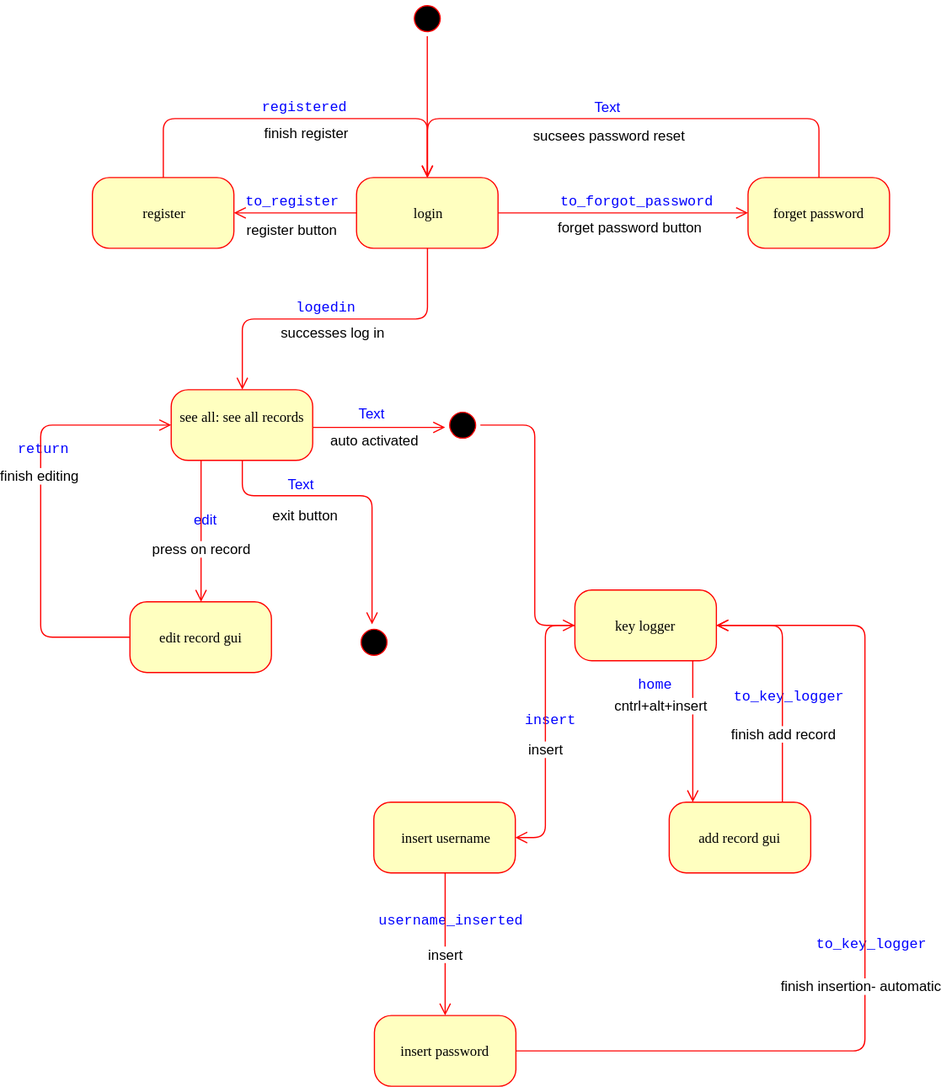
The draw.io diagram Documents/client state machine.svg in adibl/password_saver, before a commit. Source tidied: cells renumbered, new cells last; positions are measured from the earlier drawing's top-left corner, leaving out a move shared by most shapes.
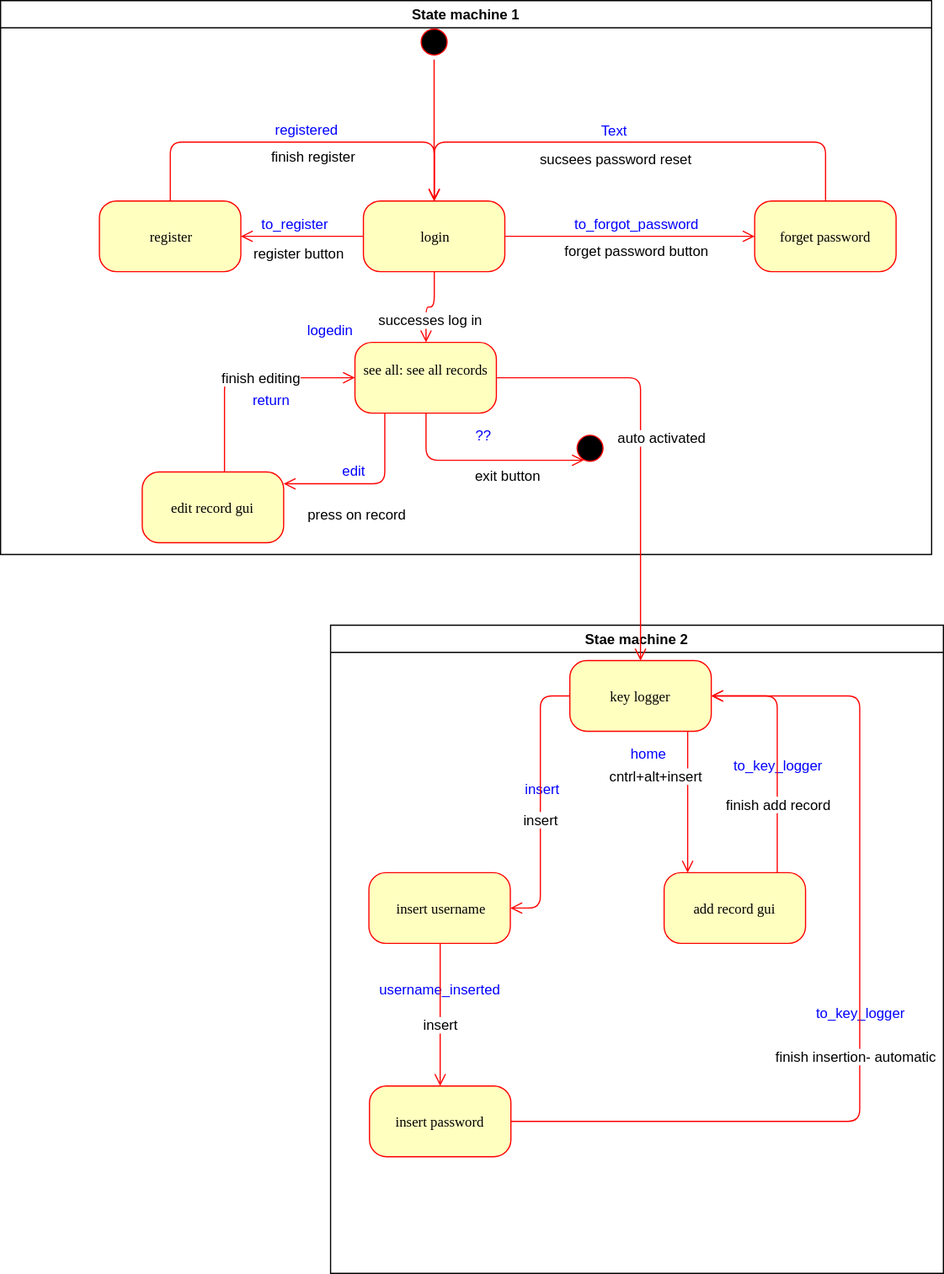
The same file after the commit.

Commit message:
client sm fix lables

Diff of the diagram source:
```diff
@@ -2,48 +2,51 @@
   <root>
     <mxCell id="0" />
     <mxCell id="1" value="transfers names" parent="0" />
-    <mxCell id="2" value="Text" style="text;html=1;strokeColor=none;fillColor=none;align=center;verticalAlign=middle;whiteSpace=wrap;rounded=0;fontColor=#0000FF;" parent="1" vertex="1">
-      <mxGeometry x="280" y="340" width="40" height="20" as="geometry" />
-    </mxCell>
-    <mxCell id="3" value="&lt;pre&gt;&lt;span&gt;return&lt;/span&gt;&lt;/pre&gt;" style="text;html=1;strokeColor=none;fillColor=none;align=center;verticalAlign=middle;whiteSpace=wrap;rounded=0;fontColor=#0000FF;" parent="1" vertex="1">
-      <mxGeometry y="370" width="40" height="20" as="geometry" />
-    </mxCell>
-    <mxCell id="4" value="Text" style="text;html=1;strokeColor=none;fillColor=none;align=center;verticalAlign=middle;whiteSpace=wrap;rounded=0;fontColor=#0000FF;" parent="1" vertex="1">
-      <mxGeometry x="220" y="400" width="40" height="20" as="geometry" />
+    <mxCell id="4" value="??" style="text;strokeColor=none;fillColor=none;align=center;verticalAlign=middle;rounded=0;fontColor=#0000FF;" parent="1" vertex="1">
+      <mxGeometry x="370" y="340" width="40" height="20" as="geometry" />
     </mxCell>
-    <mxCell id="5" value="&lt;pre&gt;&lt;span&gt;username_inserted&lt;/span&gt;&lt;/pre&gt;" style="text;html=1;strokeColor=none;fillColor=none;align=center;verticalAlign=middle;whiteSpace=wrap;rounded=0;fontColor=#0000FF;" parent="1" vertex="1">
-      <mxGeometry x="343" y="770" width="40" height="20" as="geometry" />
+    <mxCell id="5" value="username_inserted" style="text;strokeColor=none;fillColor=none;align=center;verticalAlign=middle;rounded=0;fontColor=#0000FF;" parent="1" vertex="1">
+      <mxGeometry x="333" y="810" width="40" height="20" as="geometry" />
     </mxCell>
-    <mxCell id="6" value="&lt;pre&gt;&lt;span&gt;to_key_logger&lt;/span&gt;&lt;/pre&gt;" style="text;html=1;strokeColor=none;fillColor=none;align=center;verticalAlign=middle;whiteSpace=wrap;rounded=0;fontColor=#0000FF;" parent="1" vertex="1">
-      <mxGeometry x="700" y="790" width="40" height="20" as="geometry" />
+    <mxCell id="6" value="to_key_logger" style="text;strokeColor=none;fillColor=none;align=center;verticalAlign=middle;rounded=0;fontColor=#0000FF;" parent="1" vertex="1">
+      <mxGeometry x="690" y="830" width="40" height="20" as="geometry" />
     </mxCell>
-    <mxCell id="7" value="&lt;pre&gt;&lt;span&gt;to_key_logger&lt;/span&gt;&lt;/pre&gt;" style="text;html=1;strokeColor=none;fillColor=none;align=center;verticalAlign=middle;whiteSpace=wrap;rounded=0;fontColor=#0000FF;" parent="1" vertex="1">
-      <mxGeometry x="630" y="580" width="40" height="20" as="geometry" />
+    <mxCell id="7" value="to_key_logger" style="text;strokeColor=none;fillColor=none;align=center;verticalAlign=middle;rounded=0;fontColor=#0000FF;" parent="1" vertex="1">
+      <mxGeometry x="620" y="620" width="40" height="20" as="geometry" />
     </mxCell>
-    <mxCell id="8" value="&lt;pre&gt;&lt;span&gt;home&lt;/span&gt;&lt;/pre&gt;" style="text;html=1;strokeColor=none;fillColor=none;align=center;verticalAlign=middle;whiteSpace=wrap;rounded=0;fontColor=#0000FF;" parent="1" vertex="1">
-      <mxGeometry x="520" y="570" width="40" height="20" as="geometry" />
+    <mxCell id="8" value="home" style="text;strokeColor=none;fillColor=none;align=center;verticalAlign=middle;rounded=0;fontColor=#0000FF;" parent="1" vertex="1">
+      <mxGeometry x="510" y="610" width="40" height="20" as="geometry" />
     </mxCell>
-    <mxCell id="9" value="&lt;pre&gt;&lt;span&gt;to_register&lt;/span&gt;&lt;/pre&gt;" style="text;html=1;strokeColor=none;fillColor=none;align=center;verticalAlign=middle;whiteSpace=wrap;rounded=0;fontColor=#0000FF;" parent="1" vertex="1">
+    <mxCell id="9" value="to_register" style="text;strokeColor=none;fillColor=none;align=center;verticalAlign=middle;rounded=0;fontColor=#0000FF;" parent="1" vertex="1">
       <mxGeometry x="210" y="160" width="40" height="20" as="geometry" />
     </mxCell>
-    <mxCell id="10" value="&lt;pre&gt;&lt;span&gt;registered&lt;/span&gt;&lt;/pre&gt;" style="text;html=1;strokeColor=none;fillColor=none;align=center;verticalAlign=middle;whiteSpace=wrap;rounded=0;fontColor=#0000FF;" parent="1" vertex="1">
+    <mxCell id="10" value="registered" style="text;strokeColor=none;fillColor=none;align=center;verticalAlign=middle;rounded=0;fontColor=#0000FF;" parent="1" vertex="1">
       <mxGeometry x="220" y="80" width="40" height="20" as="geometry" />
     </mxCell>
     <mxCell id="11" value="Text" style="text;html=1;strokeColor=none;fillColor=none;align=center;verticalAlign=middle;whiteSpace=wrap;rounded=0;fontColor=#0000FF;" parent="1" vertex="1">
       <mxGeometry x="480" y="80" width="40" height="20" as="geometry" />
     </mxCell>
-    <mxCell id="12" value="&lt;pre&gt;&lt;span&gt;to_forgot_password&lt;/span&gt;&lt;/pre&gt;" style="text;html=1;strokeColor=none;fillColor=none;align=center;verticalAlign=middle;whiteSpace=wrap;rounded=0;fontColor=#0000FF;" parent="1" vertex="1">
+    <mxCell id="12" value="to_forgot_password" style="text;strokeColor=none;fillColor=none;align=center;verticalAlign=middle;rounded=0;fontColor=#0000FF;" parent="1" vertex="1">
       <mxGeometry x="500" y="160" width="40" height="20" as="geometry" />
     </mxCell>
-    <mxCell id="13" value="&lt;pre&gt;&lt;span&gt;logedin&lt;/span&gt;&lt;/pre&gt;" style="text;html=1;strokeColor=none;fillColor=none;align=center;verticalAlign=middle;whiteSpace=wrap;rounded=0;fontColor=#0000FF;" parent="1" vertex="1">
+    <mxCell id="13" value="logedin" style="text;strokeColor=none;fillColor=none;align=center;verticalAlign=middle;rounded=0;fontColor=#0000FF;" parent="1" vertex="1">
       <mxGeometry x="240" y="250" width="40" height="20" as="geometry" />
     </mxCell>
-    <mxCell id="14" value="edit" style="text;html=1;strokeColor=none;fillColor=none;align=center;verticalAlign=middle;whiteSpace=wrap;rounded=0;fontColor=#0000FF;" parent="1" vertex="1">
-      <mxGeometry x="140" y="430" width="40" height="20" as="geometry" />
+    <mxCell id="14" value="edit" style="text;strokeColor=none;fillColor=none;align=center;verticalAlign=middle;rounded=0;fontColor=#0000FF;" parent="1" vertex="1">
+      <mxGeometry x="260" y="370" width="40" height="20" as="geometry" />
     </mxCell>
-    <mxCell id="15" value="&lt;pre&gt;&lt;span&gt;insert&lt;/span&gt;&lt;/pre&gt;" style="text;html=1;strokeColor=none;fillColor=none;align=center;verticalAlign=middle;whiteSpace=wrap;rounded=0;fontColor=#0000FF;" parent="1" vertex="1">
-      <mxGeometry x="430" y="600" width="40" height="20" as="geometry" />
+    <mxCell id="15" value="insert" style="text;strokeColor=none;fillColor=none;align=center;verticalAlign=middle;rounded=0;fontColor=#0000FF;" parent="1" vertex="1">
+      <mxGeometry x="420" y="640" width="40" height="20" as="geometry" />
     </mxCell>
+    <mxCell id="59" value="Stae machine 2" style="swimlane;html=0;" parent="1" vertex="1">
+      <mxGeometry x="260" y="510" width="520" height="550" as="geometry" />
+    </mxCell>
+    <mxCell id="60" value="State machine 1" style="swimlane;html=0;" parent="1" vertex="1">
+      <mxGeometry x="-20" y="-20" width="790" height="470" as="geometry" />
+    </mxCell>
+    <mxCell id="3" value="return" style="text;strokeColor=none;fillColor=none;align=center;verticalAlign=middle;rounded=0;fontColor=#0000FF;" parent="60" vertex="1">
+      <mxGeometry x="210" y="330" width="40" height="20" as="geometry" />
+    </mxCell>
     <mxCell id="16" parent="0" />
     <mxCell id="17" value="v" style="ellipse;html=1;shape=startState;fillColor=#000000;strokeColor=#ff0000;rounded=1;shadow=0;comic=0;labelBackgroundColor=none;fontFamily=Verdana;fontSize=12;fontColor=#000000;align=center;direction=south;" parent="16" vertex="1">
       <mxGeometry x="332.9" width="30" height="30" as="geometry" />
@@ -58,11 +61,8 @@
       <mxGeometry x="63.9" y="150" width="120" height="60" as="geometry" />
     </mxCell>
     <mxCell id="21" value="see all: see all records" style="rounded=1;whiteSpace=wrap;html=1;arcSize=24;fillColor=#ffffc0;strokeColor=#ff0000;shadow=0;comic=0;labelBackgroundColor=none;fontFamily=Verdana;fontSize=12;fontColor=#000000;align=center;" parent="16" vertex="1">
-      <mxGeometry x="130.7" y="330" width="120" height="60" as="geometry" />
+      <mxGeometry x="280.7" y="270" width="120" height="60" as="geometry" />
     </mxCell>
-    <mxCell id="22" value="edit record gui" style="rounded=1;whiteSpace=wrap;html=1;arcSize=24;fillColor=#ffffc0;strokeColor=#ff0000;shadow=0;comic=0;labelBackgroundColor=none;fontFamily=Verdana;fontSize=12;fontColor=#000000;align=center;" parent="16" vertex="1">
-      <mxGeometry x="95.7" y="510" width="120" height="60" as="geometry" />
-    </mxCell>
     <mxCell id="23" style="edgeStyle=orthogonalEdgeStyle;html=1;labelBackgroundColor=none;endArrow=open;endSize=8;strokeColor=#ff0000;fontFamily=Verdana;fontSize=12;align=left;" parent="16" edge="1" source="17" target="18">
       <mxGeometry relative="1" as="geometry" />
     </mxCell>
@@ -72,28 +72,6 @@
     <mxCell id="25" value="successes log in" style="text;html=1;align=center;verticalAlign=top;labelBackgroundColor=#ffffff;" parent="24" vertex="1">
       <mxGeometry x="0.02" y="-2" relative="1" as="geometry" />
     </mxCell>
-    <mxCell id="26" style="edgeStyle=elbowEdgeStyle;html=1;labelBackgroundColor=none;endArrow=open;endSize=8;strokeColor=#ff0000;fontFamily=Verdana;fontSize=12;align=left;" parent="16" edge="1" source="22" target="21">
-      <mxGeometry relative="1" as="geometry">
-        <Array as="points">
-          <mxPoint x="20" y="450" />
-        </Array>
-      </mxGeometry>
-    </mxCell>
-    <mxCell id="27" value="finish editing" style="text;html=1;align=center;verticalAlign=middle;labelBackgroundColor=#ffffff;labelPosition=center;verticalLabelPosition=middle;" parent="26" vertex="1">
-      <mxGeometry x="0.16" y="1" relative="1" as="geometry" />
-    </mxCell>
-    <mxCell id="28" style="edgeStyle=elbowEdgeStyle;html=1;labelBackgroundColor=none;endArrow=open;endSize=8;strokeColor=#ff0000;fontFamily=Verdana;fontSize=12;align=left;" parent="16" edge="1" source="21" target="22">
-      <mxGeometry relative="1" as="geometry">
-        <Array as="points">
-          <mxPoint x="156" y="450" />
-        </Array>
-      </mxGeometry>
-    </mxCell>
-    <mxCell id="29" value="press on record" style="text;html=1;align=center;verticalAlign=middle;labelBackgroundColor=#ffffff;" parent="28" vertex="1">
-      <mxGeometry y="11" relative="1" as="geometry">
-        <mxPoint x="-11" y="14" as="offset" />
-      </mxGeometry>
-    </mxCell>
     <mxCell id="30" style="edgeStyle=elbowEdgeStyle;html=1;labelBackgroundColor=none;endArrow=open;endSize=8;strokeColor=#ff0000;fontFamily=Verdana;fontSize=12;align=left;" parent="16" edge="1" source="32" target="36">
       <mxGeometry relative="1" as="geometry" />
     </mxCell>
@@ -103,10 +81,10 @@
       </mxGeometry>
     </mxCell>
     <mxCell id="32" value="key logger" style="rounded=1;whiteSpace=wrap;html=1;arcSize=24;fillColor=#ffffc0;strokeColor=#ff0000;shadow=0;comic=0;labelBackgroundColor=none;fontFamily=Verdana;fontSize=12;fontColor=#000000;align=center;" parent="16" vertex="1">
-      <mxGeometry x="473" y="500" width="120" height="60" as="geometry" />
+      <mxGeometry x="463" y="540" width="120" height="60" as="geometry" />
     </mxCell>
     <mxCell id="33" value="add record gui" style="rounded=1;whiteSpace=wrap;html=1;arcSize=24;fillColor=#ffffc0;strokeColor=#ff0000;shadow=0;comic=0;labelBackgroundColor=none;fontFamily=Verdana;fontSize=12;fontColor=#000000;align=center;" parent="16" vertex="1">
-      <mxGeometry x="553" y="680" width="120" height="60" as="geometry" />
+      <mxGeometry x="543" y="720" width="120" height="60" as="geometry" />
     </mxCell>
     <mxCell id="34" style="edgeStyle=elbowEdgeStyle;html=1;labelBackgroundColor=none;endArrow=open;endSize=8;strokeColor=#ff0000;fontFamily=Verdana;fontSize=12;align=left;" parent="16" edge="1" source="36" target="39">
       <mxGeometry relative="1" as="geometry" />
@@ -117,13 +95,13 @@
       </mxGeometry>
     </mxCell>
     <mxCell id="36" value="insert username" style="rounded=1;whiteSpace=wrap;html=1;arcSize=24;fillColor=#ffffc0;strokeColor=#ff0000;shadow=0;comic=0;labelBackgroundColor=none;fontFamily=Verdana;fontSize=12;fontColor=#000000;align=center;" parent="16" vertex="1">
-      <mxGeometry x="302.5" y="680" width="120" height="60" as="geometry" />
+      <mxGeometry x="292.5" y="720" width="120" height="60" as="geometry" />
     </mxCell>
     <mxCell id="37" style="edgeStyle=elbowEdgeStyle;html=1;labelBackgroundColor=none;endArrow=open;endSize=8;strokeColor=#ff0000;fontFamily=Verdana;fontSize=12;align=left;" parent="16" edge="1" source="39" target="32">
       <mxGeometry relative="1" as="geometry">
         <Array as="points">
-          <mxPoint x="719" y="660" />
-          <mxPoint x="696" y="710" />
+          <mxPoint x="709" y="700" />
+          <mxPoint x="686" y="750" />
         </Array>
       </mxGeometry>
     </mxCell>
@@ -131,7 +109,7 @@
       <mxGeometry x="-0.1" y="4" relative="1" as="geometry" />
     </mxCell>
     <mxCell id="39" value="insert password" style="rounded=1;whiteSpace=wrap;html=1;arcSize=24;fillColor=#ffffc0;strokeColor=#ff0000;shadow=0;comic=0;labelBackgroundColor=none;fontFamily=Verdana;fontSize=12;fontColor=#000000;align=center;" parent="16" vertex="1">
-      <mxGeometry x="303" y="861" width="120" height="60" as="geometry" />
+      <mxGeometry x="293" y="901" width="120" height="60" as="geometry" />
     </mxCell>
     <mxCell id="40" style="edgeStyle=elbowEdgeStyle;html=1;labelBackgroundColor=none;endArrow=open;endSize=8;strokeColor=#ff0000;fontFamily=Verdana;fontSize=12;align=left;" parent="16" edge="1" source="32" target="33">
       <mxGeometry relative="1" as="geometry" />
@@ -142,28 +120,29 @@
     <mxCell id="42" style="edgeStyle=elbowEdgeStyle;html=1;labelBackgroundColor=none;endArrow=open;endSize=8;strokeColor=#ff0000;fontFamily=Verdana;fontSize=12;align=left;" parent="16" edge="1" source="33" target="32">
       <mxGeometry relative="1" as="geometry">
         <Array as="points">
-          <mxPoint x="649" y="600" />
-          <mxPoint x="639" y="600" />
-          <mxPoint x="659" y="620" />
+          <mxPoint x="639" y="640" />
+          <mxPoint x="629" y="640" />
+          <mxPoint x="649" y="660" />
         </Array>
       </mxGeometry>
     </mxCell>
     <mxCell id="43" value="finish add record&lt;br&gt;" style="text;html=1;align=center;verticalAlign=middle;labelBackgroundColor=#ffffff;" parent="42" vertex="1">
       <mxGeometry x="-0.42" y="-1" relative="1" as="geometry" />
     </mxCell>
-    <mxCell id="44" style="edgeStyle=orthogonalEdgeStyle;html=1;labelBackgroundColor=none;endArrow=open;endSize=8;strokeColor=#ff0000;fontFamily=Verdana;fontSize=12;align=left;" parent="16" edge="1" source="21" target="46">
+    <mxCell id="44" style="edgeStyle=orthogonalEdgeStyle;html=1;labelBackgroundColor=none;endArrow=open;endSize=8;strokeColor=#ff0000;fontFamily=Verdana;fontSize=12;align=left;exitX=1;exitY=0.5;exitDx=0;exitDy=0;entryX=0.5;entryY=0;entryDx=0;entryDy=0;" parent="16" edge="1" source="21" target="32">
       <mxGeometry relative="1" as="geometry">
         <Array as="points">
-          <mxPoint x="191" y="420" />
-          <mxPoint x="301" y="420" />
+          <mxPoint x="523" y="300" />
         </Array>
       </mxGeometry>
     </mxCell>
-    <mxCell id="45" value="exit button" style="text;html=1;align=right;verticalAlign=top;labelBackgroundColor=#ffffff;labelPosition=left;verticalLabelPosition=middle;" parent="44" vertex="1">
-      <mxGeometry x="-0.1" y="-3" relative="1" as="geometry" />
+    <mxCell id="45" value="auto activated" style="text;html=1;align=right;verticalAlign=top;labelBackgroundColor=#ffffff;labelPosition=left;verticalLabelPosition=middle;" parent="44" vertex="1">
+      <mxGeometry x="-0.1" y="-3" relative="1" as="geometry">
+        <mxPoint x="60" y="-3" as="offset" />
+      </mxGeometry>
     </mxCell>
     <mxCell id="46" value="v" style="ellipse;html=1;shape=startState;fillColor=#000000;strokeColor=#ff0000;rounded=1;shadow=0;comic=0;labelBackgroundColor=none;fontFamily=Verdana;fontSize=12;fontColor=#000000;align=center;direction=south;" parent="16" vertex="1">
-      <mxGeometry x="287.7" y="529" width="30" height="30" as="geometry" />
+      <mxGeometry x="465.2" y="345" width="30" height="30" as="geometry" />
     </mxCell>
     <mxCell id="47" style="edgeStyle=orthogonalEdgeStyle;html=1;labelBackgroundColor=none;endArrow=open;endSize=8;strokeColor=#ff0000;fontFamily=Verdana;fontSize=12;align=left;" parent="16" edge="1" source="18" target="20">
       <mxGeometry relative="1" as="geometry" />
@@ -199,27 +178,43 @@
     <mxCell id="54" value="sucsees password reset" style="text;html=1;align=center;verticalAlign=top;labelBackgroundColor=#ffffff;" parent="53" vertex="1">
       <mxGeometry x="0.06" y="1" relative="1" as="geometry" />
     </mxCell>
-    <mxCell id="55" value="v" style="ellipse;html=1;shape=startState;fillColor=#000000;strokeColor=#ff0000;rounded=1;shadow=0;comic=0;labelBackgroundColor=none;fontFamily=Verdana;fontSize=12;fontColor=#000000;align=center;direction=south;" parent="16" vertex="1">
-      <mxGeometry x="362.9" y="345" width="30" height="30" as="geometry" />
-    </mxCell>
-    <mxCell id="56" style="edgeStyle=elbowEdgeStyle;html=1;labelBackgroundColor=none;endArrow=open;endSize=8;strokeColor=#ff0000;fontFamily=Verdana;fontSize=12;align=left;" parent="16" edge="1" source="21" target="55">
-      <mxGeometry relative="1" as="geometry">
-        <Array as="points">
-          <mxPoint x="280" y="362" />
-        </Array>
-      </mxGeometry>
-    </mxCell>
-    <mxCell id="57" value="auto activated" style="text;html=1;align=center;verticalAlign=top;labelBackgroundColor=#ffffff;" parent="56" vertex="1">
-      <mxGeometry x="0.25" y="-4" relative="1" as="geometry">
-        <mxPoint x="-17.5" y="-6" as="offset" />
-      </mxGeometry>
-    </mxCell>
-    <mxCell id="58" style="edgeStyle=elbowEdgeStyle;html=1;labelBackgroundColor=none;endArrow=open;endSize=8;strokeColor=#ff0000;fontFamily=Verdana;fontSize=12;align=left;" parent="16" edge="1" source="55" target="32">
-      <mxGeometry relative="1" as="geometry">
-        <Array as="points">
-          <mxPoint x="439" y="530" />
-        </Array>
-      </mxGeometry>
-    </mxCell>
+    <mxCell id="22" value="edit record gui" style="rounded=1;whiteSpace=wrap;html=1;arcSize=24;fillColor=#ffffc0;strokeColor=#ff0000;shadow=0;comic=0;labelBackgroundColor=none;fontFamily=Verdana;fontSize=12;fontColor=#000000;align=center;" parent="16" vertex="1">
+      <mxGeometry x="100.2" y="380" width="120" height="60" as="geometry" />
+    </mxCell>
+    <mxCell id="26" style="edgeStyle=elbowEdgeStyle;html=1;labelBackgroundColor=none;endArrow=open;endSize=8;strokeColor=#ff0000;fontFamily=Verdana;fontSize=12;align=left;" parent="16" edge="1" source="22" target="21">
+      <mxGeometry relative="1" as="geometry">
+        <Array as="points">
+          <mxPoint x="170" y="390" />
+        </Array>
+      </mxGeometry>
+    </mxCell>
+    <mxCell id="27" value="finish editing" style="text;html=1;align=center;verticalAlign=middle;labelBackgroundColor=#ffffff;labelPosition=center;verticalLabelPosition=middle;" parent="26" vertex="1">
+      <mxGeometry x="0.16" y="1" relative="1" as="geometry" />
+    </mxCell>
+    <mxCell id="28" style="edgeStyle=elbowEdgeStyle;html=1;labelBackgroundColor=none;endArrow=open;endSize=8;strokeColor=#ff0000;fontFamily=Verdana;fontSize=12;align=left;" parent="16" edge="1" source="21" target="22">
+      <mxGeometry relative="1" as="geometry">
+        <Array as="points">
+          <mxPoint x="306" y="390" />
+        </Array>
+      </mxGeometry>
+    </mxCell>
+    <mxCell id="29" value="press on record" style="text;html=1;align=center;verticalAlign=middle;labelBackgroundColor=#ffffff;" parent="28" vertex="1">
+      <mxGeometry y="11" relative="1" as="geometry">
+        <mxPoint x="-11" y="14" as="offset" />
+      </mxGeometry>
+    </mxCell>
+    <mxCell id="61" style="edgeStyle=orthogonalEdgeStyle;html=1;labelBackgroundColor=none;endArrow=open;endSize=8;strokeColor=#ff0000;fontFamily=Verdana;fontSize=12;align=left;exitX=0.5;exitY=1;exitDx=0;exitDy=0;" parent="16" edge="1" source="21">
+      <mxGeometry relative="1" as="geometry">
+        <mxPoint x="475.2" y="370" as="targetPoint" />
+        <Array as="points">
+          <mxPoint x="341" y="370" />
+        </Array>
+      </mxGeometry>
+    </mxCell>
+    <mxCell id="62" value="exit button" style="text;html=1;align=right;verticalAlign=top;labelBackgroundColor=#ffffff;labelPosition=left;verticalLabelPosition=middle;" parent="61" vertex="1">
+      <mxGeometry x="-0.1" y="-3" relative="1" as="geometry">
+        <mxPoint x="60" y="-3" as="offset" />
+      </mxGeometry>
+    </mxCell>
   </root>
 </mxGraphModel>
```
